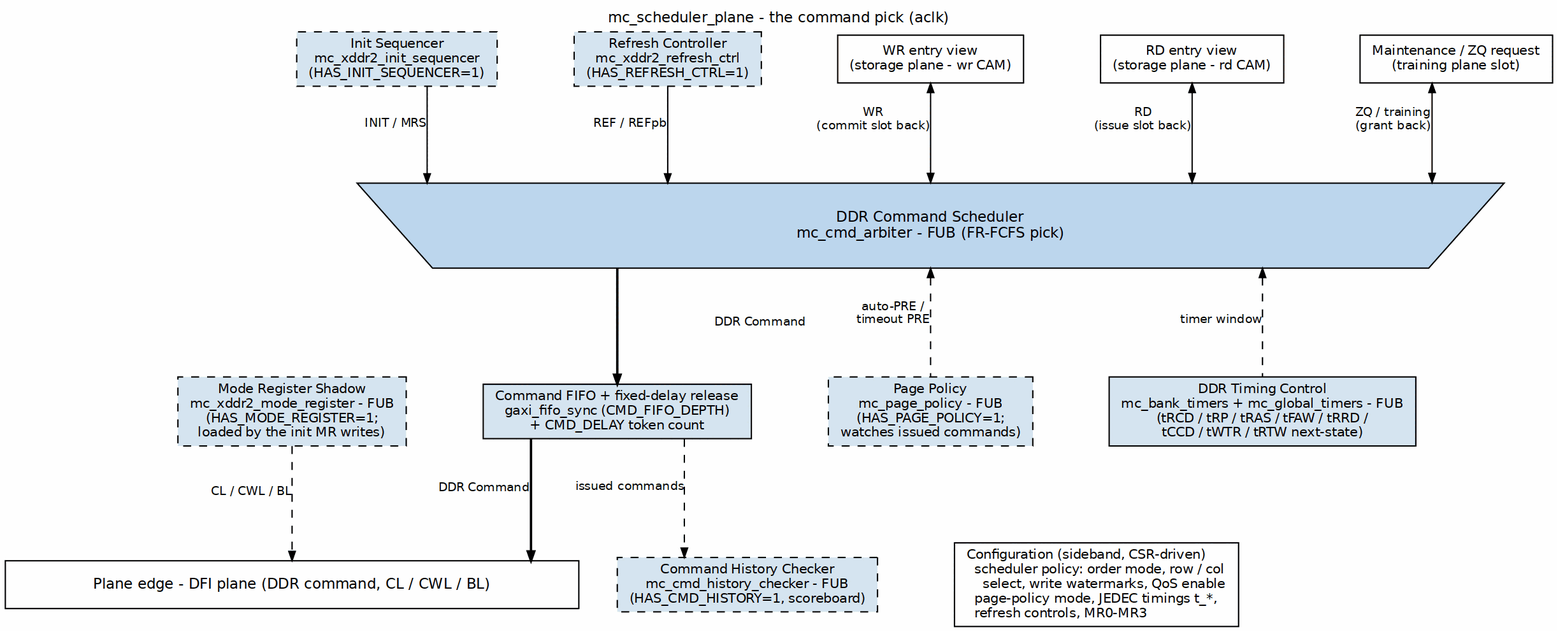
Before: projects/components/mem-ctrl-ip/common-ip/docs/common_mas/assets/graphviz/03_mc_scheduler_plane.png, a diagram exported from Graphviz (sean-galloway/RTLDesignSherpa). Its source is kept beside it as projects/components/mem-ctrl-ip/common-ip/docs/common_mas/assets/graphviz/03_mc_scheduler_plane.dot.
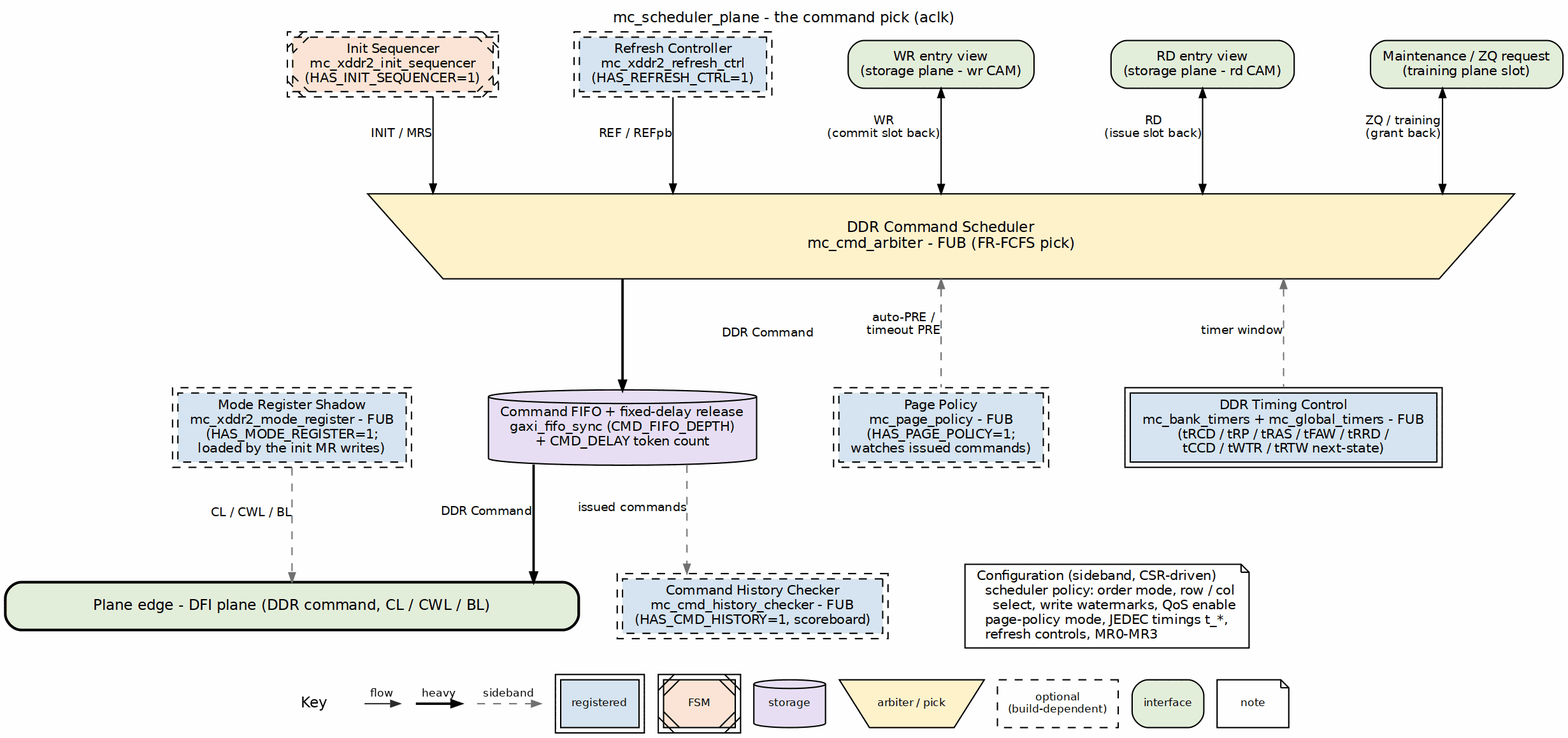
After the commit.

What changed in the source:
```diff
@@ -4,43 +4,43 @@
            label="mc_scheduler_plane - the command pick (aclk)",
            labelloc=t, labeljust=c];
     node  [fontname="Helvetica", fontsize=10, shape=box, style=filled,
-           fillcolor="#D6E4F0", color="black", margin="0.12,0.06"];
+           fillcolor="white", color="black", margin="0.12,0.06"];
     edge  [fontname="Helvetica", fontsize=9, color="black", arrowsize=0.7];
 
-    p_wr    [label="WR entry view\n(storage plane - wr CAM)", fillcolor="white"];
-    p_rd    [label="RD entry view\n(storage plane - rd CAM)", fillcolor="white"];
-    p_maint [label="Maintenance / ZQ request\n(training plane slot)", fillcolor="white"];
+    p_wr    [label="WR entry view\n(storage plane - wr CAM)", fillcolor="white", style="rounded,filled", fillcolor="#E2EFDA"];
+    p_rd    [label="RD entry view\n(storage plane - rd CAM)", fillcolor="white", style="rounded,filled", fillcolor="#E2EFDA"];
+    p_maint [label="Maintenance / ZQ request\n(training plane slot)", fillcolor="white", style="rounded,filled", fillcolor="#E2EFDA"];
     cfg     [label="Configuration (sideband, CSR-driven)\l  scheduler policy: order mode, row / col\l    select, write watermarks, QoS enable\l  page-policy mode, JEDEC timings t_*,\l  refresh controls, MR0-MR3\l",
-             fillcolor="white"];
+             fillcolor="white", shape=note];
 
-    init [label="Init Sequencer\nmc_xddr2_init_sequencer\n(HAS_INIT_SEQUENCER=1)", style="filled,dashed"];
-    refc [label="Refresh Controller\nmc_xddr2_refresh_ctrl\n(HAS_REFRESH_CTRL=1)", style="filled,dashed"];
-    timers [label="DDR Timing Control\nmc_bank_timers + mc_global_timers - FUB\n(tRCD / tRP / tRAS / tFAW / tRRD /\ntCCD / tWTR / tRTW next-state)"];
+    init [label="Init Sequencer\nmc_xddr2_init_sequencer\n(HAS_INIT_SEQUENCER=1)", style="filled,dashed", peripheries=2, style="filled,diagonals,dashed", fillcolor="#FCE4D6"];
+    refc [label="Refresh Controller\nmc_xddr2_refresh_ctrl\n(HAS_REFRESH_CTRL=1)", style="filled,dashed", peripheries=2, style="filled,dashed", fillcolor="#D6E4F0"];
+    timers [label="DDR Timing Control\nmc_bank_timers + mc_global_timers - FUB\n(tRCD / tRP / tRAS / tFAW / tRRD /\ntCCD / tWTR / tRTW next-state)", peripheries=2, style="filled", fillcolor="#D6E4F0"];
 
     sched [label="DDR Command Scheduler\nmc_cmd_arbiter - FUB (FR-FCFS pick)",
-           shape=polygon, sides=4, distortion=0.10, width=12, height=0.6, fillcolor="#BDD7EE", fontsize=11];
+           shape=polygon, sides=4, distortion=0.10, width=12, height=0.6, fillcolor="#BDD7EE", fontsize=11, style="filled", fillcolor="#FFF2CC"];
 
-    mreg [label="Mode Register Shadow\nmc_xddr2_mode_register - FUB\n(HAS_MODE_REGISTER=1;\nloaded by the init MR writes)", style="filled,dashed"];
-    fifo [label="Command FIFO + fixed-delay release\ngaxi_fifo_sync (CMD_FIFO_DEPTH)\n+ CMD_DELAY token count"];
-    pp   [label="Page Policy\nmc_page_policy - FUB\n(HAS_PAGE_POLICY=1;\nwatches issued commands)", style="filled,dashed"];
-    hist [label="Command History Checker\nmc_cmd_history_checker - FUB\n(HAS_CMD_HISTORY=1, scoreboard)", style="filled,dashed"];
+    mreg [label="Mode Register Shadow\nmc_xddr2_mode_register - FUB\n(HAS_MODE_REGISTER=1;\nloaded by the init MR writes)", style="filled,dashed", peripheries=2, style="filled,dashed", fillcolor="#D6E4F0"];
+    fifo [label="Command FIFO + fixed-delay release\ngaxi_fifo_sync (CMD_FIFO_DEPTH)\n+ CMD_DELAY token count", shape=cylinder, style="filled", fillcolor="#E8DFF5"];
+    pp   [label="Page Policy\nmc_page_policy - FUB\n(HAS_PAGE_POLICY=1;\nwatches issued commands)", style="filled,dashed", peripheries=2, style="filled,dashed", fillcolor="#D6E4F0"];
+    hist [label="Command History Checker\nmc_cmd_history_checker - FUB\n(HAS_CMD_HISTORY=1, scoreboard)", style="filled,dashed", peripheries=2, style="filled,dashed", fillcolor="#D6E4F0"];
 
     bar [label="Plane edge - DFI plane (DDR command, CL / CWL / BL)",
-         fillcolor="white", width=6, height=0.5, fontsize=11];
+         fillcolor="white", width=6, height=0.5, fontsize=11, style="rounded,filled,bold", fillcolor="#E2EFDA"];
 
     p_wr    -> sched [dir=both, xlabel="WR\n(commit slot back)"];
     p_rd    -> sched [dir=both, xlabel="RD\n(issue slot back)"];
     init    -> sched [xlabel="INIT / MRS"];
     refc    -> sched [xlabel="REF / REFpb"];
     p_maint -> sched [dir=both, xlabel="ZQ / training\n(grant back)"];
-    sched -> timers [dir=back, style=dashed, xlabel="timer window"];
+    sched -> timers [dir=back, style=dashed, color="#777777", xlabel="timer window"];
 
     sched -> fifo [penwidth=1.8, label="DDR Command"];
     fifo  -> bar  [penwidth=1.8, xlabel="DDR Command"];
-    sched -> pp   [dir=back, style=dashed, xlabel="auto-PRE /\ntimeout PRE"];
-    fifo  -> hist [style=dashed, xlabel="issued commands"];
+    sched -> pp   [dir=back, style=dashed, color="#777777", xlabel="auto-PRE /\ntimeout PRE"];
+    fifo  -> hist [style=dashed, color="#777777", xlabel="issued commands"];
 
-    mreg -> bar  [style=dashed, xlabel="CL / CWL / BL"];
+    mreg -> bar  [style=dashed, color="#777777", xlabel="CL / CWL / BL"];
 
     { rank=same; init; refc; p_wr; p_rd; p_maint; }
     { rank=same; mreg; fifo; pp; timers; }
```
